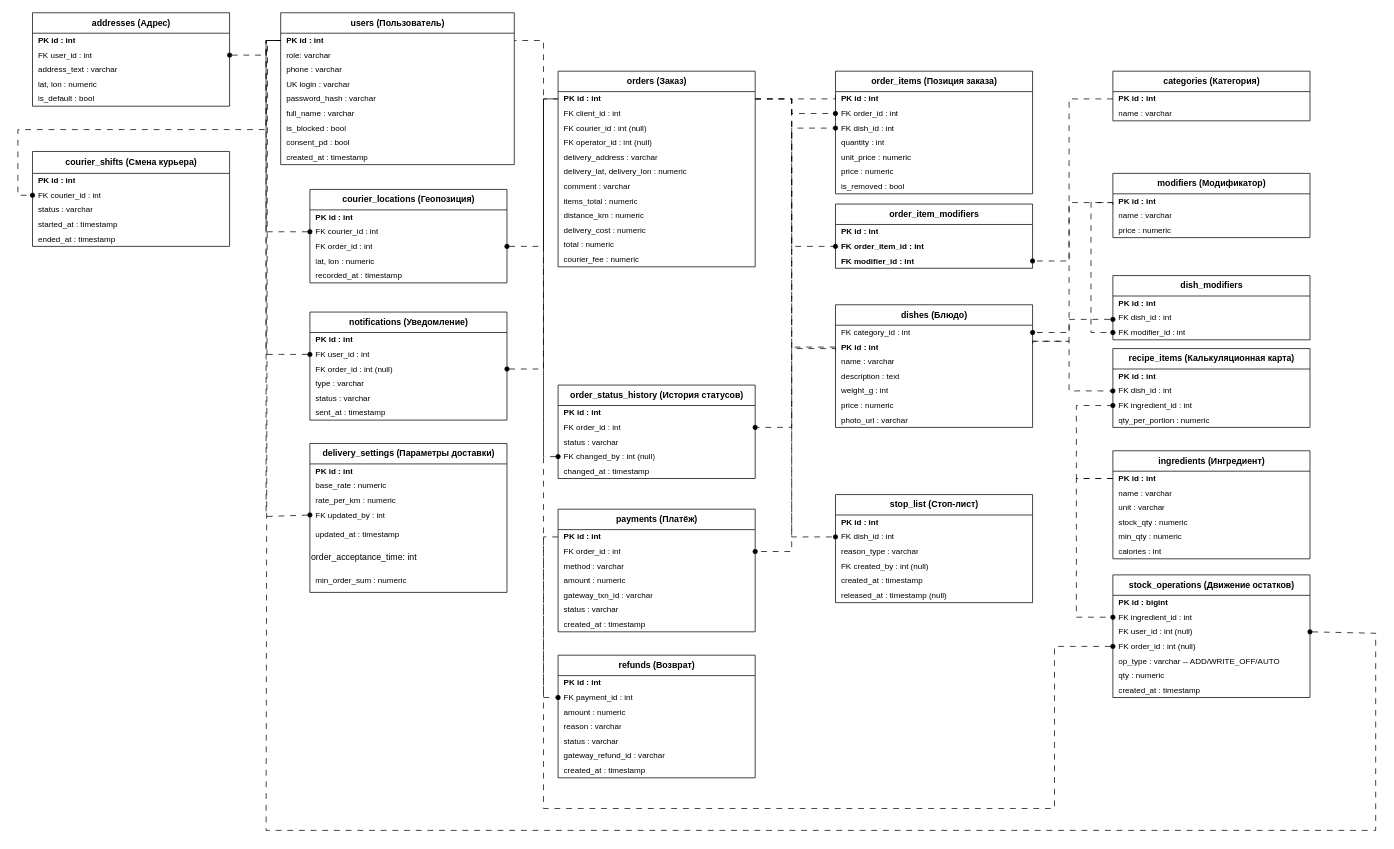
Earlier version of the draw.io diagram page "Структура базы данных" (3 of 19) of Технический_проект_диаграммы.drawio (YSLnerd/delivery_system). Source tidied: cells renumbered, new cells numbered last; positions are measured from the earlier drawing's top-left corner, leaving out a move shared by most shapes. Both pictures are drawn from the tidied source at 73%, with x=0, y=0 at pixel (18, 12).
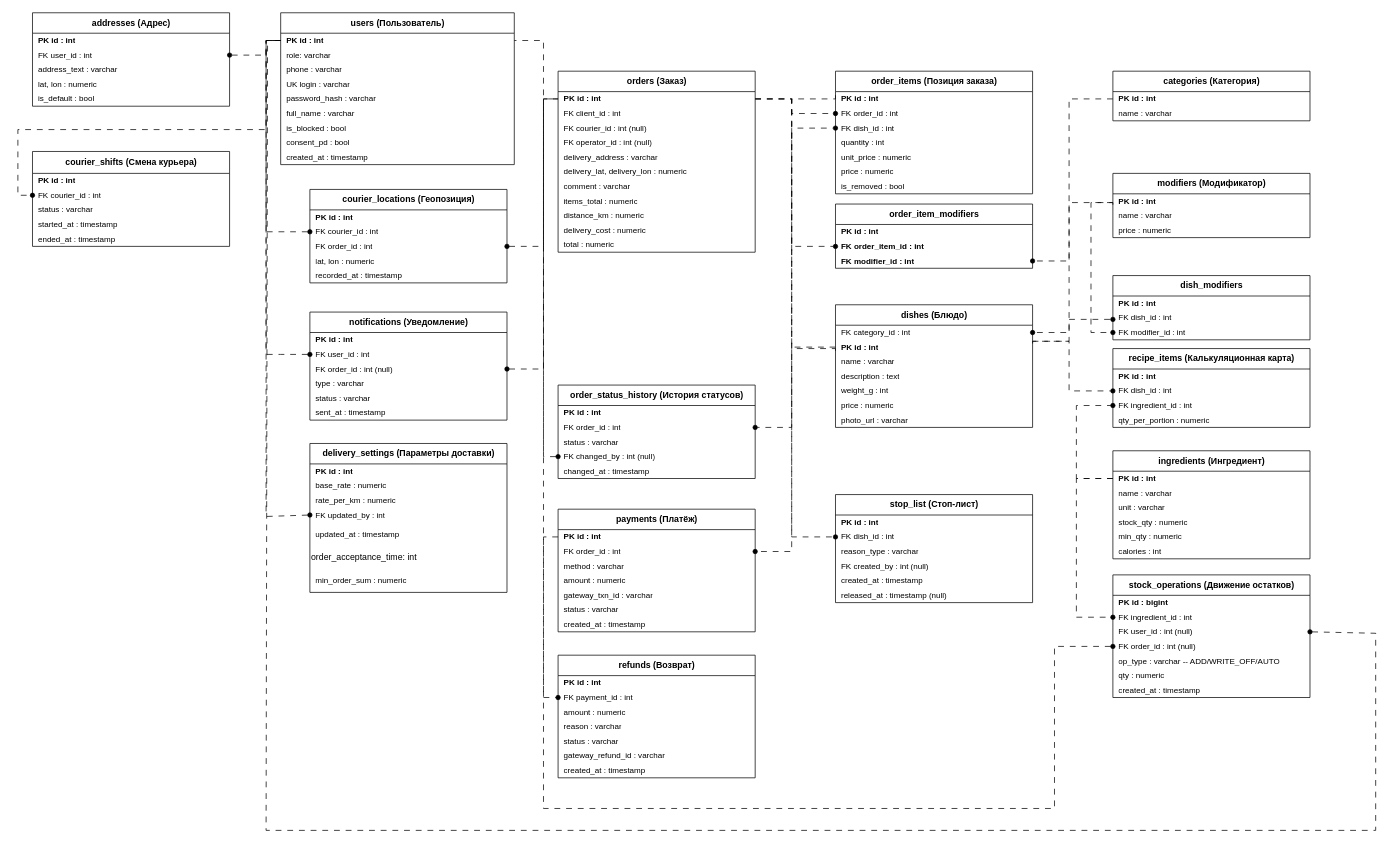
The same diagram, later.

The edit, as a diff of the source:
```diff
@@
     <mxCell id="45" value="orders (Заказ)" style="swimlane;fontStyle=1;horizontal=1;startSize=28;resize=0;html=1;fontSize=12;fillColor=light-dark(#FFFFFF,transparent);" parent="1" vertex="1">
-      <mxGeometry x="740" y="80" width="270" height="268" as="geometry" />
+      <mxGeometry x="740" y="80" width="270" height="248" as="geometry" />
     </mxCell>
@@
-    <mxCell id="57" value="courier_fee : numeric" style="text;html=1;strokeColor=none;fillColor=none;align=left;verticalAlign=middle;spacingLeft=6;overflow=hidden;whiteSpace=wrap;fontSize=11;" parent="45" vertex="1">
-      <mxGeometry y="248" width="270" height="20" as="geometry" />
-    </mxCell>
```
